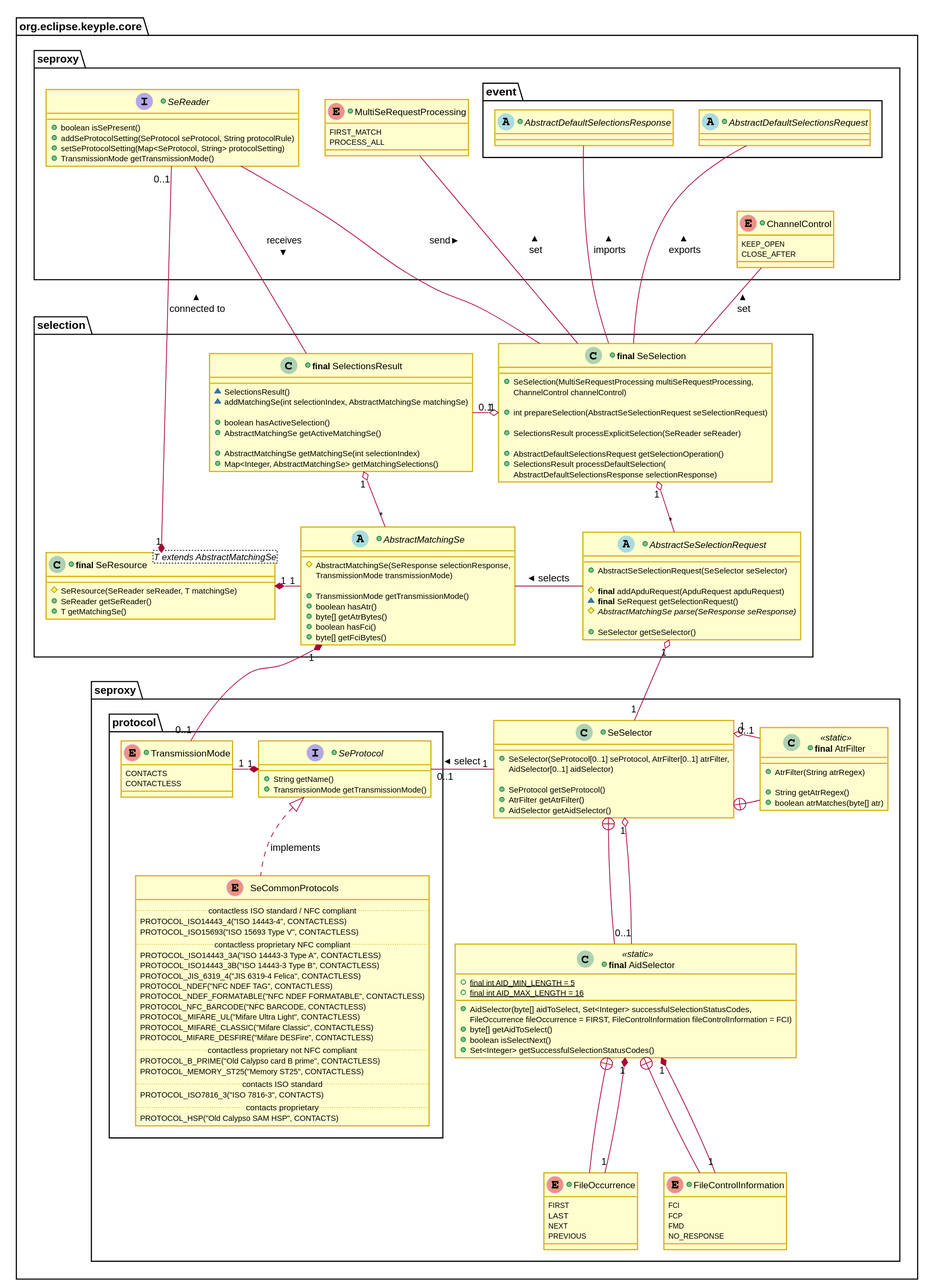
calypsonet/keyple keeps this PlantUML diagram as docs/KeypleCoreApi/ApplicationApi/img/KeypleCore_ApplicationApi_ClassDiag_Selection_SelectorAndSelection_0_9_0.svg. Above is the earlier version.
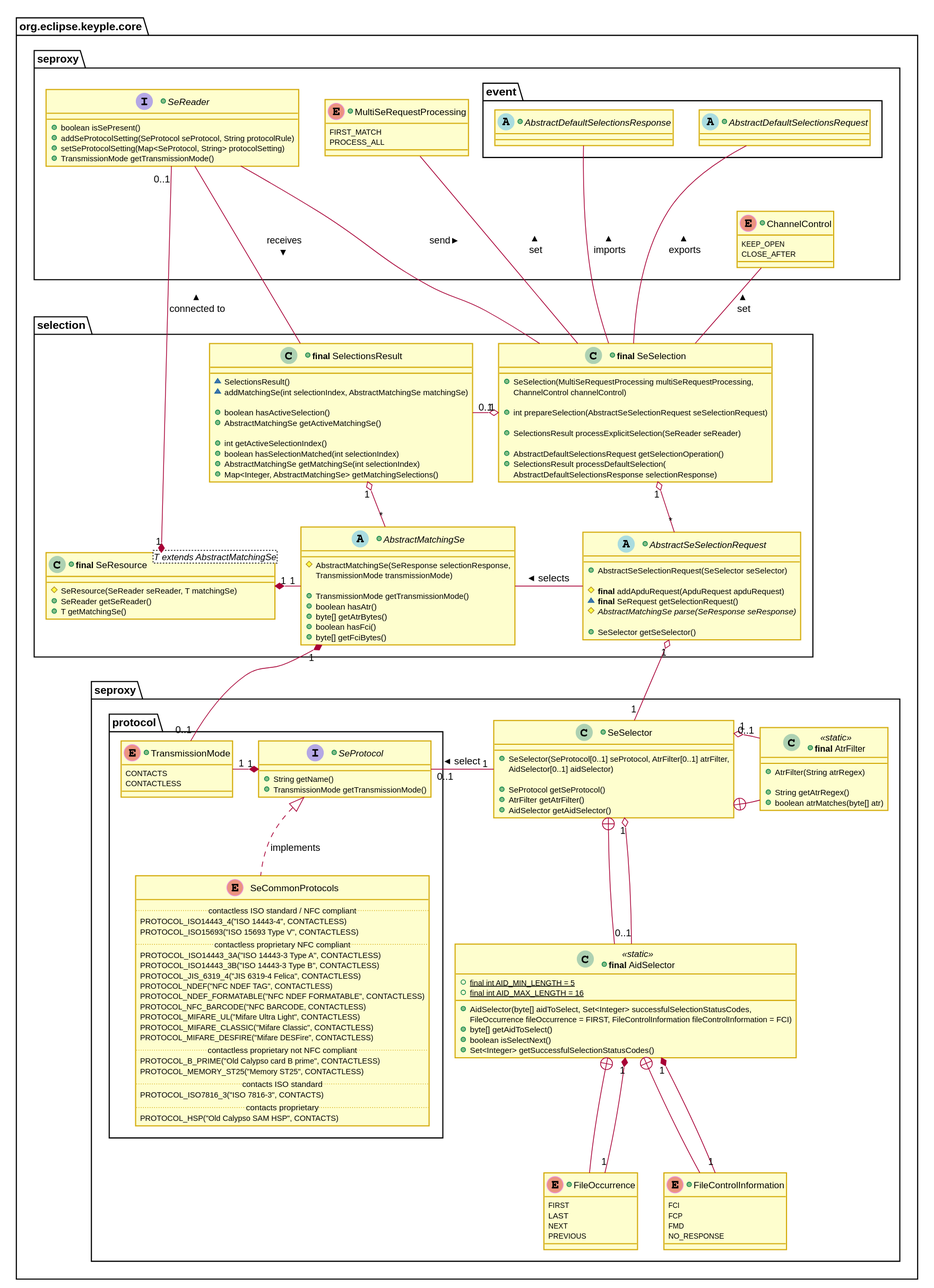
After the commit.

Diff of the diagram source:
```diff
@@ -7,6 +7,7 @@
 skinparam shadowing false
 
 skinparam StateBorderColor #D4AC0D
+skinparam ActivityBorderColor #D4AC0D
 
 skinparam ClassBackgroundColor<<red>> #FDEDEC
 skinparam ClassBorderColor<<red>> #E74C3C
@@ -92,6 +93,8 @@
   +boolean hasActiveSelection()
   +AbstractMatchingSe getActiveMatchingSe()
 
+  +int getActiveSelectionIndex()
+  +boolean hasSelectionMatched(int selectionIndex)
   +AbstractMatchingSe getMatchingSe(int selectionIndex)
   +Map<Integer, AbstractMatchingSe> getMatchingSelections()
 }
```
